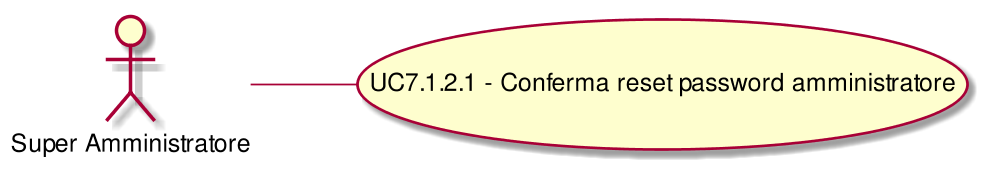
The PlantUML diagram RR/Esterni/AnalisiDeiRequisiti/images/UseCaseUC712.png in CoCodeSWE/Docs, before a commit. The source it was exported from:
```plantuml
@startuml
scale 1000*1000
left to right direction
( UC7.1.2.1 - Conferma reset password amministratore ) as (UC7.1.2.1)
:Super Amministratore:--(UC7.1.2.1)
@enduml
```
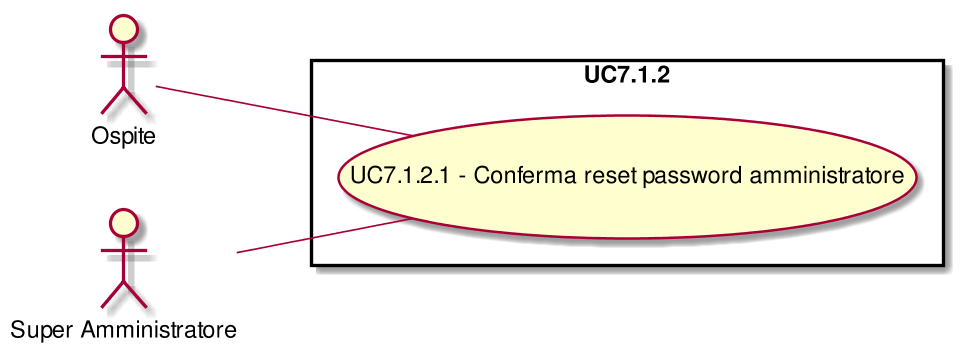
After the change.

Diff of the diagram source:
```diff
@@ -1,6 +1,13 @@
 @startuml
 scale 1000*1000
 left to right direction
+skinparam packageStyle rect
+:Ospite:
+:Super Amministratore:
+rectangle UC7.1.2{
+( UC7.1.2.1 - Conferma reset password amministratore ) as (UC7.1.2.1)
+:Ospite:--(UC7.1.2.1)
 ( UC7.1.2.1 - Conferma reset password amministratore ) as (UC7.1.2.1)
 :Super Amministratore:--(UC7.1.2.1)
+}
 @enduml
```
